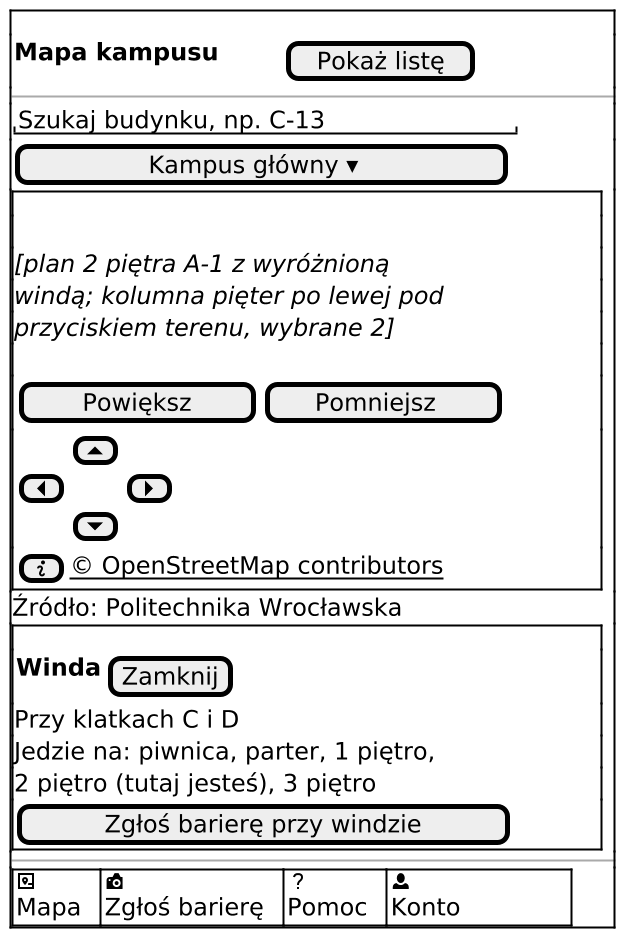
This is docs/docs/_generated/m-v1-mapa-plan-winda.png from dostepny-kampus/dostepny-kampus, a PlantUML export, as it was before one commit. The source it was exported from:
```plantuml
@startsalt
' V1 Mapa kampusu, arkusz windy po dotknięciu windy na planie (US16.1, US18.2).
!include _wspolne.iuml
!include _odwiedzajacy.iuml
$ekran_poczatek()
$naglowek_mapy("Pokaż listę")
$pole_tekstowe("Szukaj budynku, np. C-13")
$przycisk("Kampus główny ▾")
$mapa("plan 2 piętra A-1 z wyróżnioną windą; kolumna pięter po lewej pod przyciskiem terenu, wybrane 2", "", "info")
Źródło: Politechnika Wrocławska
$ramka()
{ <b>Winda</b> | [Zamknij] }
Przy klatkach C i D
Jedzie na: piwnica, parter, 1 piętro,
2 piętro (tutaj jesteś), 3 piętro
$przycisk("Zgłoś barierę przy windzie")
}
$pasek_dolny_konto()
$ekran_koniec()
@endsalt
```
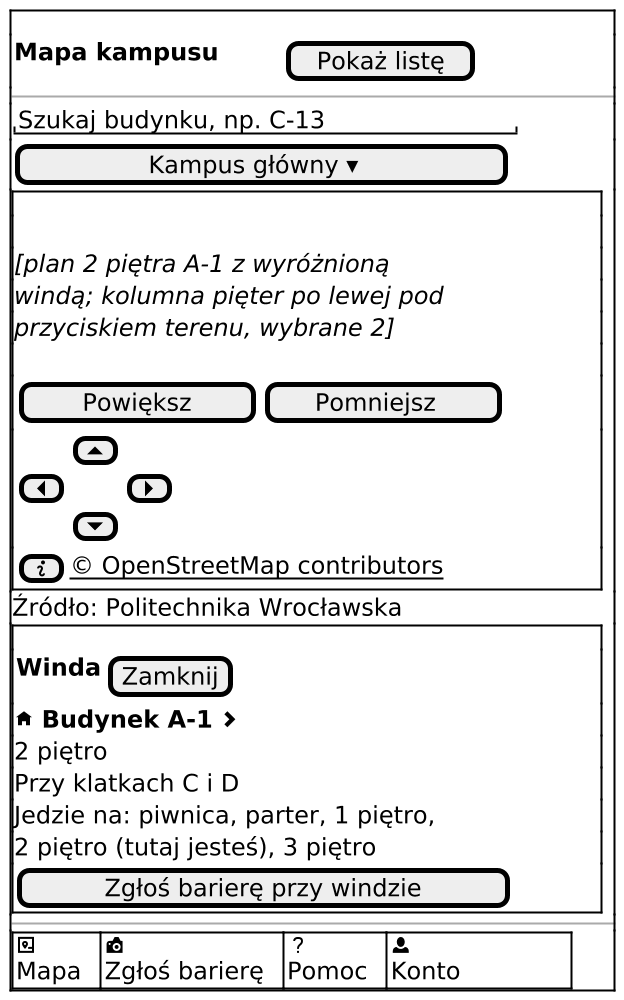
After the commit.

What changed in the source:
```diff
@@ -1,5 +1,6 @@
 @startsalt
-' V1 Mapa kampusu, arkusz windy po dotknięciu windy na planie (US16.1, US18.2).
+' V1 Mapa kampusu, arkusz windy po dotknięciu windy na planie (US16.1, US18.2). Wiersz budynku
+' pod nagłówkiem otwiera kartę V2, jak w arkuszu toalety; piętro stoi pod nim.
 !include _wspolne.iuml
 !include _odwiedzajacy.iuml
 $ekran_poczatek()
@@ -10,6 +11,8 @@
 Źródło: Politechnika Wrocławska
 $ramka()
 { <b>Winda</b> | [Zamknij] }
+$wiersz_budynku()
+2 piętro
 Przy klatkach C i D
 Jedzie na: piwnica, parter, 1 piętro,
 2 piętro (tutaj jesteś), 3 piętro
```
